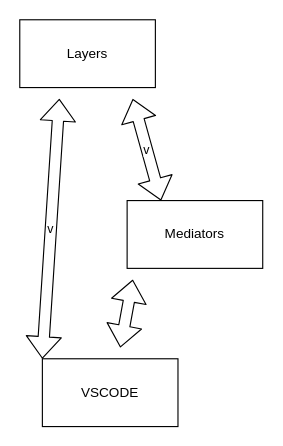
The draw.io diagram arch.drawio in thatTPR/SourceGraph, before the edit. Source tidied: cells renumbered, new cells numbered last; positions are measured from the earlier drawing's top-left corner, leaving out a move shared by most shapes. Both pictures are drawn from the tidied source at 113%, with x=0, y=0 at pixel (19, 19).
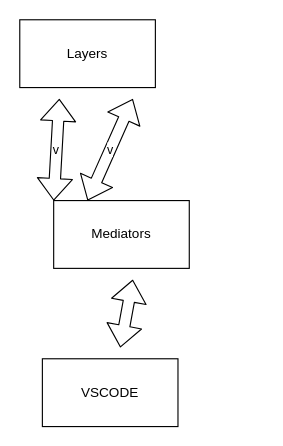
The same diagram, later.

Diff of the diagram source:
```diff
@@
 <mxGraphModel>
   <root>
     <mxCell id="0" />
     <mxCell id="1" parent="0" />
     <mxCell id="2" value="Layers" style="rounded=0;whiteSpace=wrap;html=1;" parent="1" vertex="1">
       <mxGeometry width="120" height="60" as="geometry" />
     </mxCell>
     <mxCell id="3" value="Mediators" style="rounded=0;whiteSpace=wrap;html=1;" parent="1" vertex="1">
-      <mxGeometry x="95" y="160" width="120" height="60" as="geometry" />
+      <mxGeometry x="30" y="160" width="120" height="60" as="geometry" />
     </mxCell>
     <mxCell id="4" value="VSCODE" style="rounded=0;whiteSpace=wrap;html=1;" parent="1" vertex="1">
       <mxGeometry x="20" y="300" width="120" height="60" as="geometry" />
     </mxCell>
     <mxCell id="5" value="v" style="shape=flexArrow;endArrow=classic;startArrow=classic;html=1;exitX=0.25;exitY=0;exitDx=0;exitDy=0;" parent="1" edge="1" source="3">
       <mxGeometry relative="1" as="geometry">
         <mxPoint x="100" y="70" as="targetPoint" />
       </mxGeometry>
     </mxCell>
-    <mxCell id="6" value="v" style="shape=flexArrow;endArrow=classic;startArrow=classic;html=1;exitX=0;exitY=0;exitDx=0;exitDy=0;" parent="1" edge="1" source="4">
+    <mxCell id="6" value="v" style="shape=flexArrow;endArrow=classic;startArrow=classic;html=1;exitX=0;exitY=0;exitDx=0;exitDy=0;" parent="1" edge="1" source="3">
       <mxGeometry relative="1" as="geometry">
         <mxPoint x="35" y="70" as="targetPoint" />
       </mxGeometry>
     </mxCell>
     <mxCell id="7" style="shape=flexArrow;endArrow=classic;startArrow=classic;html=1;" parent="1" edge="1">
       <mxGeometry relative="1" as="geometry">
         <mxPoint x="89" y="290" as="sourcePoint" />
         <mxPoint x="100" y="230" as="targetPoint" />
       </mxGeometry>
     </mxCell>
   </root>
 </mxGraphModel>
```
